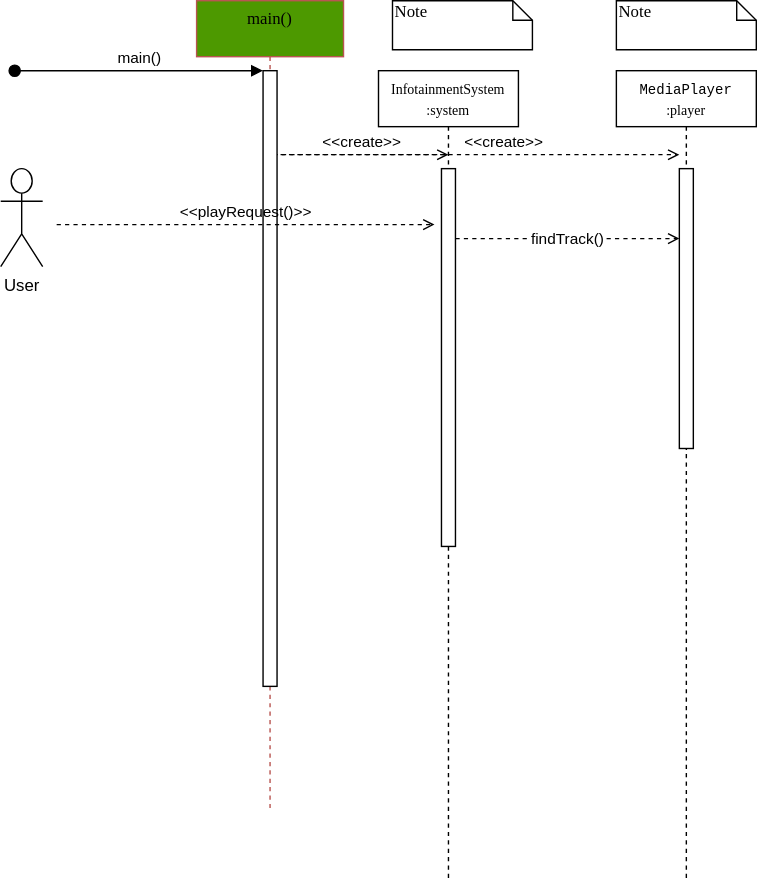
iwakawa0510/UML_Practice keeps this draw.io diagram as exercises/exercise2/sequence.drawio.svg. Above is the earlier version. Source tidied: cells renumbered, new cells last; positions are measured from the earlier drawing's top-left corner, leaving out a move shared by most shapes. Its diagram source:
```xml
<mxGraphModel>
  <root>
    <mxCell id="0" />
    <mxCell id="1" parent="0" />
    <mxCell id="2" value="&lt;font style=&quot;font-size: 10px;&quot;&gt;InfotainmentSystem&lt;/font&gt;&lt;div&gt;&lt;font style=&quot;font-size: 10px;&quot;&gt;:system&lt;/font&gt;&lt;/div&gt;" style="shape=umlLifeline;perimeter=lifelinePerimeter;whiteSpace=wrap;html=1;outlineConnect=0;rounded=0;shadow=0;comic=0;labelBackgroundColor=none;strokeWidth=1;fontFamily=Verdana;fontSize=12;align=center;" parent="1" vertex="1">
      <mxGeometry x="270" y="50" width="100" height="580" as="geometry" />
    </mxCell>
    <mxCell id="3" style="html=1;perimeter=orthogonalPerimeter;rounded=0;shadow=0;comic=0;labelBackgroundColor=none;strokeWidth=1;fontFamily=Verdana;fontSize=12;align=center;" parent="2" vertex="1">
      <mxGeometry x="45" y="70" width="10" height="270" as="geometry" />
    </mxCell>
    <mxCell id="4" value="&amp;lt;&amp;lt;create&amp;gt;&amp;gt;" style="html=1;verticalAlign=bottom;labelBackgroundColor=none;endArrow=open;endFill=0;dashed=1;rounded=0;" parent="2" edge="1">
      <mxGeometry relative="1" as="geometry">
        <mxPoint x="-75" y="60" as="sourcePoint" />
        <mxPoint x="50" y="60" as="targetPoint" />
      </mxGeometry>
    </mxCell>
    <mxCell id="5" value="findTrack()" style="endArrow=open;dashed=1;html=1;rounded=0;" parent="2" edge="1">
      <mxGeometry relative="1" as="geometry">
        <mxPoint x="55" y="120" as="sourcePoint" />
        <mxPoint x="215" y="120" as="targetPoint" />
      </mxGeometry>
    </mxCell>
    <mxCell id="6" value="&lt;font style=&quot;font-size: 10px;&quot;&gt;&lt;span style=&quot;font-family: Consolas, &amp;quot;Courier New&amp;quot;, monospace; white-space: pre;&quot;&gt;MediaPlayer&lt;/span&gt;&lt;/font&gt;&lt;div&gt;&lt;font style=&quot;font-size: 10px;&quot;&gt;:player&lt;/font&gt;&lt;/div&gt;" style="shape=umlLifeline;perimeter=lifelinePerimeter;whiteSpace=wrap;html=1;rounded=0;shadow=0;comic=0;labelBackgroundColor=none;strokeWidth=1;fontFamily=Verdana;fontSize=12;align=center;" parent="1" vertex="1">
      <mxGeometry x="440" y="50" width="100" height="580" as="geometry" />
    </mxCell>
    <mxCell id="7" style="html=1;perimeter=orthogonalPerimeter;rounded=0;shadow=0;comic=0;labelBackgroundColor=none;strokeWidth=1;fontFamily=Verdana;fontSize=12;align=center;" parent="6" vertex="1">
      <mxGeometry x="45" y="70" width="10" height="200" as="geometry" />
    </mxCell>
    <mxCell id="8" value="main()&lt;div&gt;&lt;br style=&quot;font-family: Helvetica; font-size: 11px; text-wrap-mode: nowrap; background-color: rgb(255, 255, 255);&quot;&gt;&lt;/div&gt;" style="shape=umlLifeline;perimeter=lifelinePerimeter;whiteSpace=wrap;html=1;rounded=0;shadow=0;comic=0;labelBackgroundColor=none;strokeWidth=1;fontFamily=Verdana;fontSize=12;align=center;fillColor=#4D9900;strokeColor=#b85450;size=40;" parent="1" vertex="1">
      <mxGeometry x="140" width="105" height="580" as="geometry" />
    </mxCell>
    <mxCell id="9" style="html=1;perimeter=orthogonalPerimeter;rounded=0;shadow=0;comic=0;labelBackgroundColor=none;strokeWidth=1;fontFamily=Verdana;fontSize=12;align=center;" parent="8" vertex="1">
      <mxGeometry x="47.5" y="50" width="10" height="440" as="geometry" />
    </mxCell>
    <mxCell id="10" value="&amp;lt;&amp;lt;playRequest()&amp;gt;&amp;gt;" style="html=1;verticalAlign=bottom;labelBackgroundColor=none;endArrow=open;endFill=0;dashed=1;rounded=0;" parent="8" edge="1">
      <mxGeometry relative="1" as="geometry">
        <mxPoint x="-100" y="160" as="sourcePoint" />
        <mxPoint x="170" y="160" as="targetPoint" />
      </mxGeometry>
    </mxCell>
    <mxCell id="11" value="main()" style="html=1;verticalAlign=bottom;startArrow=oval;startFill=1;endArrow=block;startSize=8;curved=0;rounded=0;" parent="8" edge="1">
      <mxGeometry relative="1" as="geometry">
        <mxPoint x="-130" y="50" as="sourcePoint" />
        <mxPoint x="47.5" y="50" as="targetPoint" />
      </mxGeometry>
    </mxCell>
    <mxCell id="12" value="Note" style="shape=note;whiteSpace=wrap;html=1;size=14;verticalAlign=top;align=left;spacingTop=-6;rounded=0;shadow=0;comic=0;labelBackgroundColor=none;strokeWidth=1;fontFamily=Verdana;fontSize=12;" parent="1" vertex="1">
      <mxGeometry x="280" width="100" height="35" as="geometry" />
    </mxCell>
    <mxCell id="13" value="Note" style="shape=note;whiteSpace=wrap;html=1;size=14;verticalAlign=top;align=left;spacingTop=-6;rounded=0;shadow=0;comic=0;labelBackgroundColor=none;strokeWidth=1;fontFamily=Verdana;fontSize=12;" parent="1" vertex="1">
      <mxGeometry x="440" width="100" height="35" as="geometry" />
    </mxCell>
    <mxCell id="14" value="User&lt;div&gt;&lt;br&gt;&lt;/div&gt;" style="shape=umlActor;verticalLabelPosition=bottom;verticalAlign=top;html=1;" parent="1" vertex="1">
      <mxGeometry y="120" width="30" height="70" as="geometry" />
    </mxCell>
    <mxCell id="15" value="　　　&amp;lt;&amp;lt;create&amp;gt;&amp;gt;" style="html=1;verticalAlign=bottom;labelBackgroundColor=none;endArrow=open;endFill=0;dashed=1;rounded=0;" parent="1" edge="1">
      <mxGeometry relative="1" as="geometry">
        <mxPoint x="200" y="110" as="sourcePoint" />
        <mxPoint x="485" y="110" as="targetPoint" />
      </mxGeometry>
    </mxCell>
  </root>
</mxGraphModel>
```
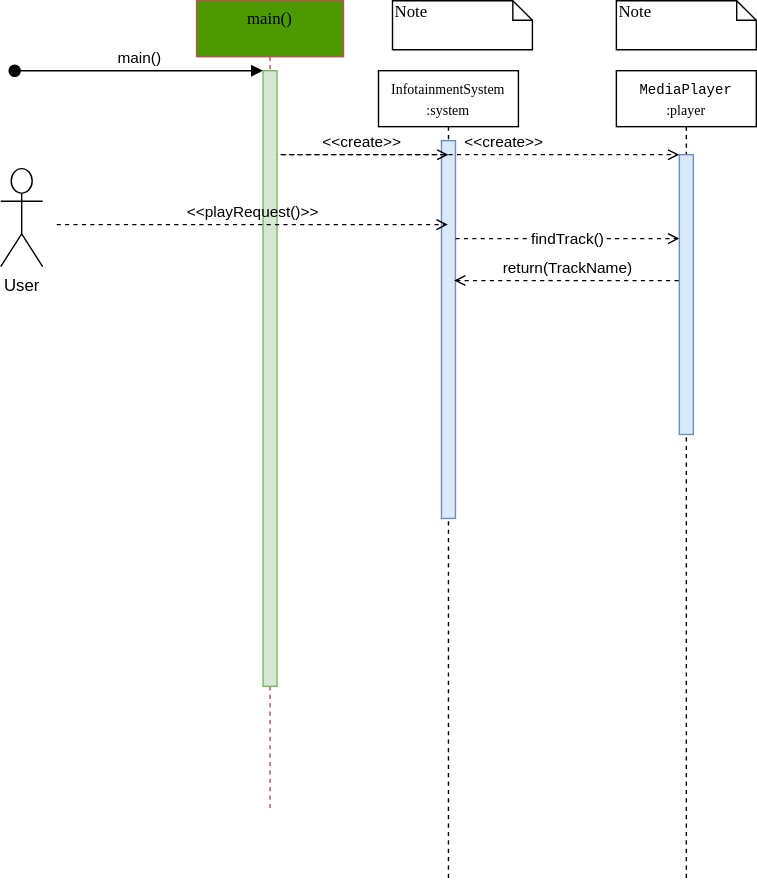
The same file after the commit.

Commit message:
sequence.drawio.svg を更新します

What changed in the source:
```diff
@@ -5,8 +5,8 @@
     <mxCell id="2" value="&lt;font style=&quot;font-size: 10px;&quot;&gt;InfotainmentSystem&lt;/font&gt;&lt;div&gt;&lt;font style=&quot;font-size: 10px;&quot;&gt;:system&lt;/font&gt;&lt;/div&gt;" style="shape=umlLifeline;perimeter=lifelinePerimeter;whiteSpace=wrap;html=1;outlineConnect=0;rounded=0;shadow=0;comic=0;labelBackgroundColor=none;strokeWidth=1;fontFamily=Verdana;fontSize=12;align=center;" parent="1" vertex="1">
       <mxGeometry x="270" y="50" width="100" height="580" as="geometry" />
     </mxCell>
-    <mxCell id="3" style="html=1;perimeter=orthogonalPerimeter;rounded=0;shadow=0;comic=0;labelBackgroundColor=none;strokeWidth=1;fontFamily=Verdana;fontSize=12;align=center;" parent="2" vertex="1">
-      <mxGeometry x="45" y="70" width="10" height="270" as="geometry" />
+    <mxCell id="3" style="html=1;perimeter=orthogonalPerimeter;rounded=0;shadow=0;comic=0;labelBackgroundColor=none;strokeWidth=1;fontFamily=Verdana;fontSize=12;align=center;fillColor=#dae8fc;strokeColor=#6c8ebf;" parent="2" vertex="1">
+      <mxGeometry x="45" y="50" width="10" height="270" as="geometry" />
     </mxCell>
     <mxCell id="4" value="&amp;lt;&amp;lt;create&amp;gt;&amp;gt;" style="html=1;verticalAlign=bottom;labelBackgroundColor=none;endArrow=open;endFill=0;dashed=1;rounded=0;" parent="2" edge="1">
       <mxGeometry relative="1" as="geometry">
@@ -23,19 +23,18 @@
     <mxCell id="6" value="&lt;font style=&quot;font-size: 10px;&quot;&gt;&lt;span style=&quot;font-family: Consolas, &amp;quot;Courier New&amp;quot;, monospace; white-space: pre;&quot;&gt;MediaPlayer&lt;/span&gt;&lt;/font&gt;&lt;div&gt;&lt;font style=&quot;font-size: 10px;&quot;&gt;:player&lt;/font&gt;&lt;/div&gt;" style="shape=umlLifeline;perimeter=lifelinePerimeter;whiteSpace=wrap;html=1;rounded=0;shadow=0;comic=0;labelBackgroundColor=none;strokeWidth=1;fontFamily=Verdana;fontSize=12;align=center;" parent="1" vertex="1">
       <mxGeometry x="440" y="50" width="100" height="580" as="geometry" />
     </mxCell>
-    <mxCell id="7" style="html=1;perimeter=orthogonalPerimeter;rounded=0;shadow=0;comic=0;labelBackgroundColor=none;strokeWidth=1;fontFamily=Verdana;fontSize=12;align=center;" parent="6" vertex="1">
-      <mxGeometry x="45" y="70" width="10" height="200" as="geometry" />
+    <mxCell id="7" style="html=1;perimeter=orthogonalPerimeter;rounded=0;shadow=0;comic=0;labelBackgroundColor=none;strokeWidth=1;fontFamily=Verdana;fontSize=12;align=center;fillColor=#dae8fc;strokeColor=#6c8ebf;" parent="6" vertex="1">
+      <mxGeometry x="45" y="60" width="10" height="200" as="geometry" />
     </mxCell>
     <mxCell id="8" value="main()&lt;div&gt;&lt;br style=&quot;font-family: Helvetica; font-size: 11px; text-wrap-mode: nowrap; background-color: rgb(255, 255, 255);&quot;&gt;&lt;/div&gt;" style="shape=umlLifeline;perimeter=lifelinePerimeter;whiteSpace=wrap;html=1;rounded=0;shadow=0;comic=0;labelBackgroundColor=none;strokeWidth=1;fontFamily=Verdana;fontSize=12;align=center;fillColor=#4D9900;strokeColor=#b85450;size=40;" parent="1" vertex="1">
       <mxGeometry x="140" width="105" height="580" as="geometry" />
     </mxCell>
-    <mxCell id="9" style="html=1;perimeter=orthogonalPerimeter;rounded=0;shadow=0;comic=0;labelBackgroundColor=none;strokeWidth=1;fontFamily=Verdana;fontSize=12;align=center;" parent="8" vertex="1">
+    <mxCell id="9" style="html=1;perimeter=orthogonalPerimeter;rounded=0;shadow=0;comic=0;labelBackgroundColor=none;strokeWidth=1;fontFamily=Verdana;fontSize=12;align=center;fillColor=#d5e8d4;strokeColor=#82b366;" parent="8" vertex="1">
       <mxGeometry x="47.5" y="50" width="10" height="440" as="geometry" />
     </mxCell>
-    <mxCell id="10" value="&amp;lt;&amp;lt;playRequest()&amp;gt;&amp;gt;" style="html=1;verticalAlign=bottom;labelBackgroundColor=none;endArrow=open;endFill=0;dashed=1;rounded=0;" parent="8" edge="1">
+    <mxCell id="10" value="&amp;lt;&amp;lt;playRequest()&amp;gt;&amp;gt;" style="html=1;verticalAlign=bottom;labelBackgroundColor=none;endArrow=open;endFill=0;dashed=1;rounded=0;" parent="8" edge="1" target="2">
       <mxGeometry relative="1" as="geometry">
         <mxPoint x="-100" y="160" as="sourcePoint" />
-        <mxPoint x="170" y="160" as="targetPoint" />
       </mxGeometry>
     </mxCell>
     <mxCell id="11" value="main()" style="html=1;verticalAlign=bottom;startArrow=oval;startFill=1;endArrow=block;startSize=8;curved=0;rounded=0;" parent="8" edge="1">
@@ -59,5 +58,11 @@
         <mxPoint x="485" y="110" as="targetPoint" />
       </mxGeometry>
     </mxCell>
+    <mxCell id="16" value="return(TrackName)" style="html=1;verticalAlign=bottom;endArrow=open;dashed=1;curved=0;rounded=0;jumpSize=0;" parent="1" edge="1">
+      <mxGeometry relative="1" as="geometry">
+        <mxPoint x="484.5" y="200" as="sourcePoint" />
+        <mxPoint x="324" y="200" as="targetPoint" />
+      </mxGeometry>
+    </mxCell>
   </root>
 </mxGraphModel>
```
